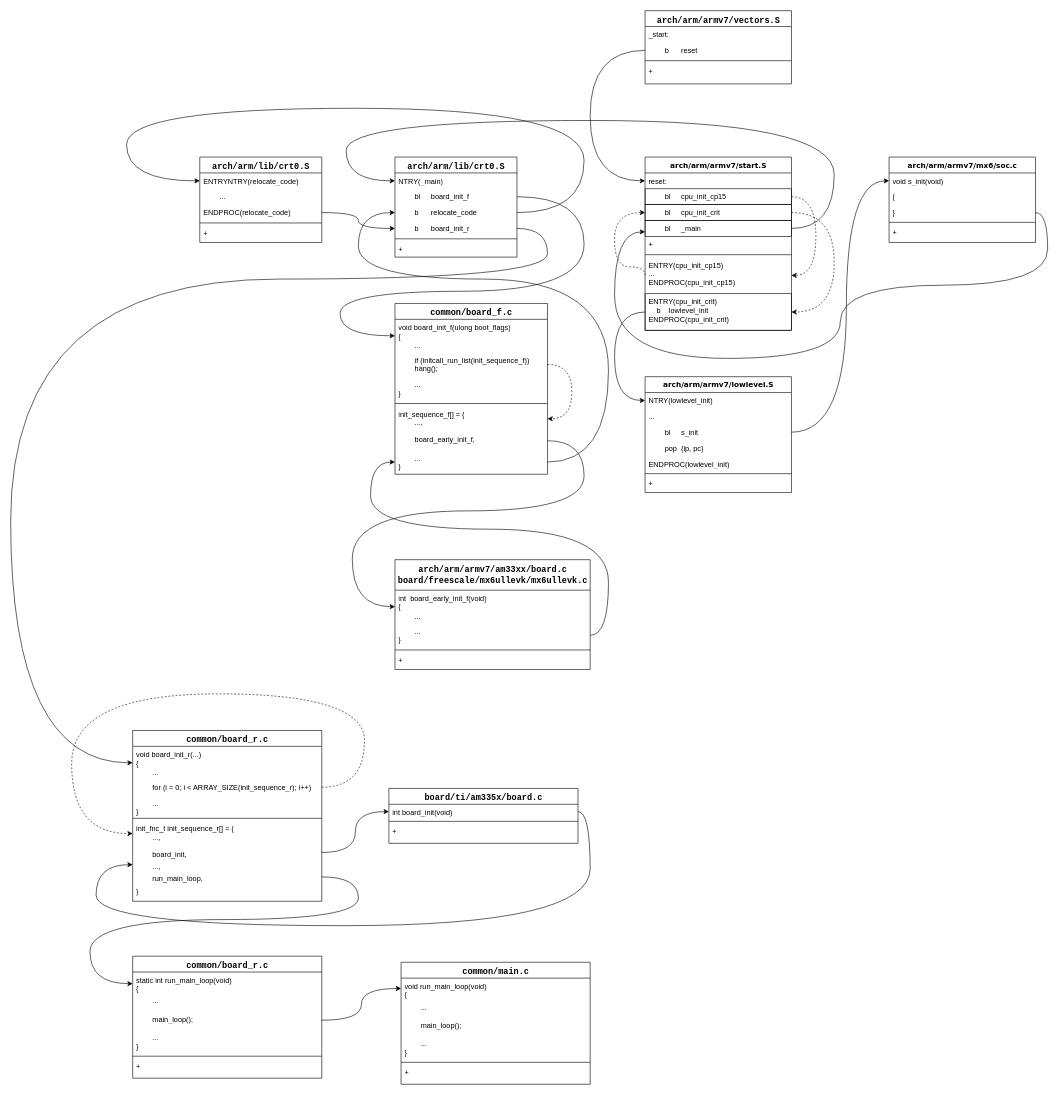
This is Linux/u-boot/uboot启动流程.drawio from AlexandrBert/personal_notes, a draw.io file, before an edit. Source tidied: cells renumbered, new cells numbered last; positions are measured from the earlier drawing's top-left corner, leaving out a move shared by most shapes. Both pictures are drawn from the tidied source at 61%, with x=0, y=0 at pixel (10, 10).
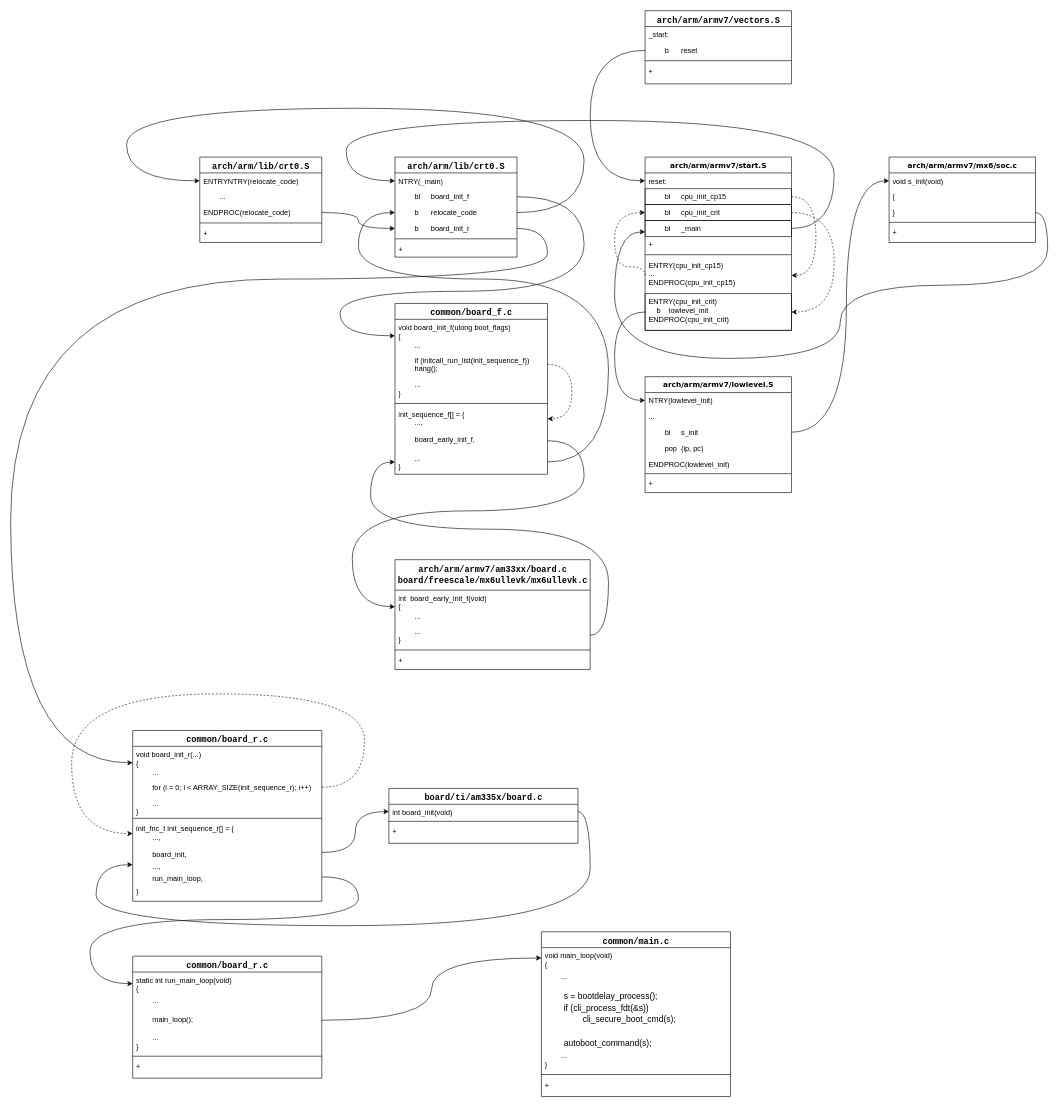
Above is the later version.

Diff of the diagram source:
```diff
@@
     <mxCell id="97" value="&lt;div style=&quot;font-family: Consolas, &amp;quot;Courier New&amp;quot;, monospace; font-size: 14px; line-height: 19px;&quot;&gt;common/main.c&lt;br&gt;&lt;/div&gt;" style="swimlane;html=1;fontStyle=1;align=center;verticalAlign=top;horizontal=1;startSize=26;swimlaneFillColor=#ffffff;rounded=0;shadow=0;comic=0;labelBackgroundColor=none;strokeWidth=1;fillColor=none;fontFamily=Verdana;fontSize=12;" parent="1" vertex="1">
-      <mxGeometry x="640" y="1560" width="310" height="200" as="geometry" />
+      <mxGeometry x="870" y="1510" width="310" height="270" as="geometry" />
     </mxCell>
-    <mxCell id="98" value="void run_main_loop(void)&lt;br&gt;{" style="text;html=1;strokeColor=none;fillColor=none;align=left;verticalAlign=top;spacingLeft=4;spacingRight=4;whiteSpace=wrap;overflow=hidden;points=[[0,0.5],[1,0.5]];portConstraint=eastwest;" parent="97" vertex="1">
+    <mxCell id="98" value="void main_loop(void)&lt;br&gt;{" style="text;html=1;strokeColor=none;fillColor=none;align=left;verticalAlign=top;spacingLeft=4;spacingRight=4;whiteSpace=wrap;overflow=hidden;points=[[0,0.5],[1,0.5]];portConstraint=eastwest;" parent="97" vertex="1">
       <mxGeometry y="26" width="310" height="34" as="geometry" />
     </mxCell>
@@
-    <mxCell id="100" value="&lt;span style=&quot;white-space: pre;&quot;&gt;&#9;&lt;/span&gt;main_loop();" style="text;html=1;strokeColor=none;fillColor=none;align=left;verticalAlign=top;spacingLeft=4;spacingRight=4;whiteSpace=wrap;overflow=hidden;" parent="97" vertex="1">
-      <mxGeometry y="90" width="310" height="30" as="geometry" />
+    <mxCell id="100" value="&lt;div style=&quot;font-size: 14px; line-height: 19px;&quot;&gt;&lt;div style=&quot;&quot;&gt;&lt;span style=&quot;white-space: pre;&quot;&gt;&#9;&lt;/span&gt;s = bootdelay_process();&lt;/div&gt;&lt;div style=&quot;&quot;&gt;&amp;nbsp; &amp;nbsp; &lt;span style=&quot;white-space: pre;&quot;&gt;&#9;&lt;/span&gt;if (cli_process_fdt(&amp;amp;s))&lt;/div&gt;&lt;div style=&quot;&quot;&gt;&amp;nbsp; &amp;nbsp; &amp;nbsp; &amp;nbsp; &lt;span style=&quot;white-space: pre;&quot;&gt;&#9;&lt;/span&gt;cli_secure_boot_cmd(s);&lt;/div&gt;&lt;br&gt;&lt;div style=&quot;&quot;&gt;&amp;nbsp; &amp;nbsp; &lt;span style=&quot;white-space: pre;&quot;&gt;&#9;&lt;/span&gt;autoboot_command(s);&lt;/div&gt;&lt;/div&gt;" style="text;html=1;strokeColor=none;fillColor=none;align=left;verticalAlign=top;spacingLeft=4;spacingRight=4;whiteSpace=wrap;overflow=hidden;" parent="97" vertex="1">
+      <mxGeometry y="90" width="310" height="100" as="geometry" />
     </mxCell>
     <mxCell id="101" value="&lt;span style=&quot;white-space: pre;&quot;&gt;&#9;&lt;/span&gt;...&lt;br&gt;}" style="text;html=1;strokeColor=none;fillColor=none;align=left;verticalAlign=top;spacingLeft=4;spacingRight=4;whiteSpace=wrap;overflow=hidden;" parent="97" vertex="1">
-      <mxGeometry y="120" width="310" height="40" as="geometry" />
+      <mxGeometry y="190" width="310" height="40" as="geometry" />
     </mxCell>
     <mxCell id="102" style="line;html=1;strokeWidth=1;fillColor=none;align=left;verticalAlign=middle;spacingTop=-1;spacingLeft=3;spacingRight=3;labelPosition=right;" parent="97" vertex="1">
-      <mxGeometry y="160" width="310" height="8" as="geometry" />
+      <mxGeometry y="230" width="310" height="8" as="geometry" />
     </mxCell>
     <mxCell id="103" value="+" style="text;html=1;strokeColor=none;fillColor=none;align=left;verticalAlign=top;spacingLeft=4;spacingRight=4;whiteSpace=wrap;overflow=hidden;" parent="97" vertex="1">
-      <mxGeometry y="168" width="310" height="32" as="geometry" />
+      <mxGeometry y="238" width="310" height="32" as="geometry" />
     </mxCell>
```
